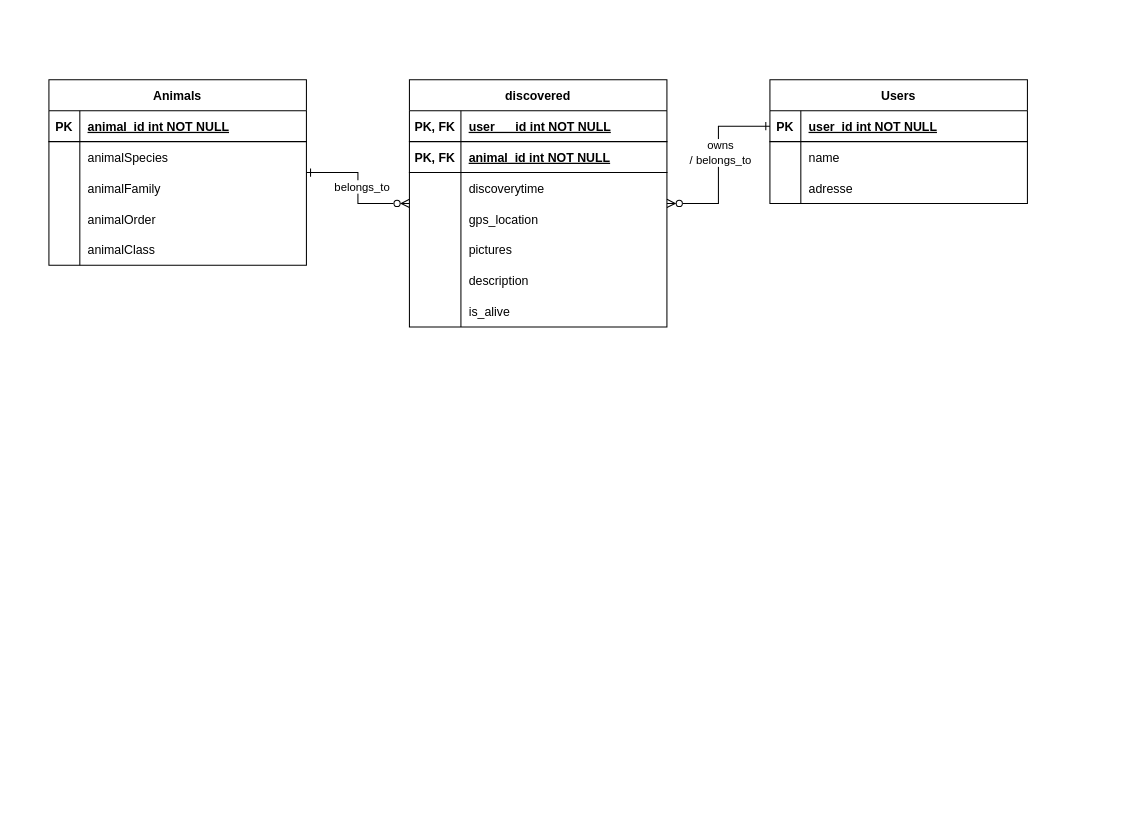
The draw.io diagram modeling/tierdexERM.drawio in JJJS777/moco2022SammoudSchurawlevSchiller, before the edit. Source tidied: cells renumbered, new cells numbered last; positions are measured from the earlier drawing's top-left corner, leaving out a move shared by most shapes. Both pictures are drawn from the tidied source at 103%, with x=0, y=0 at pixel (48, 79).
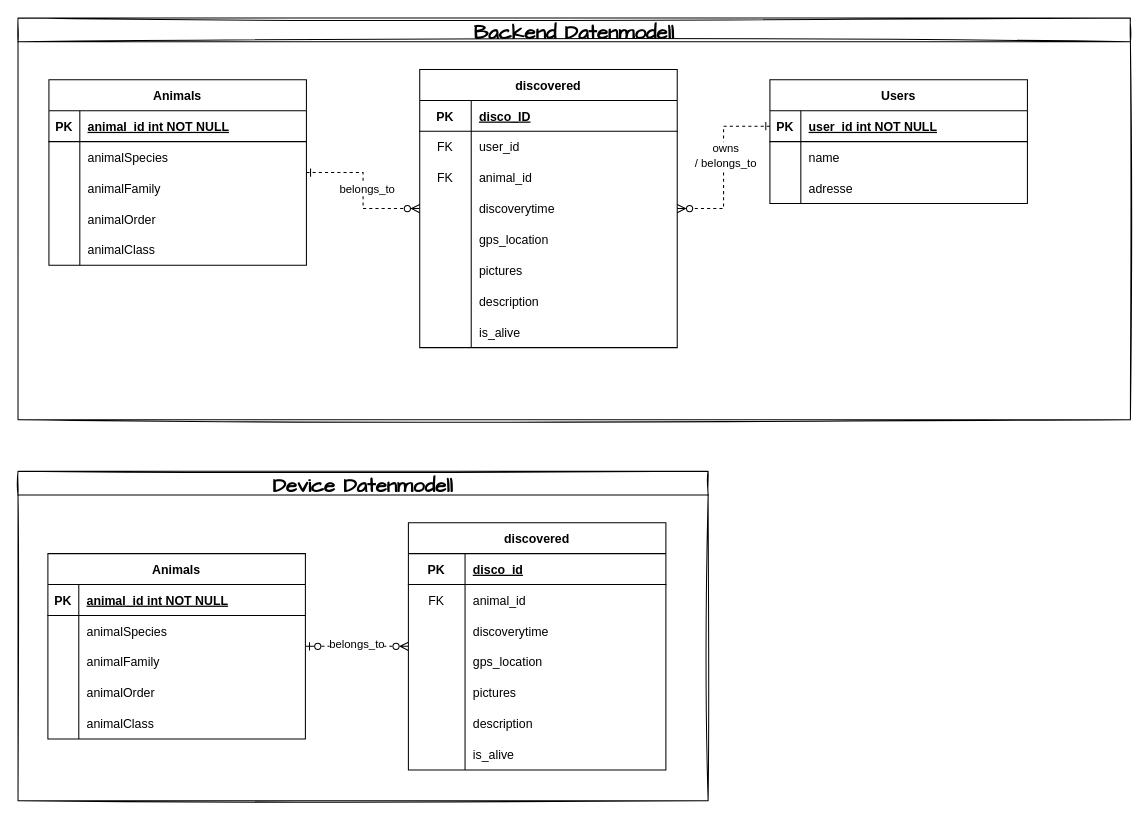
After the change.

Unchanged cells that the change refers to:
```xml
<mxCell id="25" style="shape=partialRectangle;fillColor=none;points=[[0,0.5],[1,0.5]];portConstraint=eastwest;top=0;left=0;right=0;bottom=1;" parent="24" vertex="1">
  <mxGeometry y="30" width="250" height="30" as="geometry" />
</mxCell>
<mxCell id="36" value="Animals" style="shape=table;startSize=30;childLayout=tableLayout;rowLines=0;fontStyle=1;align=center;" parent="1" vertex="1">
  <mxGeometry width="250" height="180" as="geometry" />
</mxCell>
```

Change to the diagram source:
```diff
@@
-    <mxCell id="2" value="discovered" style="shape=table;startSize=30;childLayout=tableLayout;rowLines=0;fontStyle=1;align=center;" parent="1" vertex="1">
-      <mxGeometry x="350" width="250" height="240" as="geometry" />
-    </mxCell>
-    <mxCell id="3" style="shape=partialRectangle;fillColor=none;top=0;left=0;right=0;bottom=1;" parent="2" vertex="1">
-      <mxGeometry y="30" width="250" height="30" as="geometry" />
-    </mxCell>
-    <mxCell id="4" value="PK, FK" style="shape=partialRectangle;overflow=hidden;fillColor=none;top=0;left=0;bottom=0;right=0;fontStyle=1;" parent="3" vertex="1">
-      <mxGeometry width="50" height="30" as="geometry" />
-    </mxCell>
-    <mxCell id="5" value="user    _id int NOT NULL " style="shape=partialRectangle;overflow=hidden;fillColor=none;top=0;left=0;bottom=0;right=0;align=left;spacingLeft=6;fontStyle=5;" parent="3" vertex="1">
-      <mxGeometry x="50" width="200" height="30" as="geometry" />
-    </mxCell>
-    <mxCell id="6" style="shape=partialRectangle;fillColor=none;top=0;left=0;right=0;bottom=1;" parent="2" vertex="1">
-      <mxGeometry y="60" width="250" height="30" as="geometry" />
-    </mxCell>
-    <mxCell id="7" value="PK, FK" style="shape=partialRectangle;overflow=hidden;fillColor=none;top=0;left=0;bottom=0;right=0;fontStyle=1;" parent="6" vertex="1">
-      <mxGeometry width="50" height="30" as="geometry" />
-    </mxCell>
-    <mxCell id="8" value="animal_id int NOT NULL " style="shape=partialRectangle;overflow=hidden;fillColor=none;top=0;left=0;bottom=0;right=0;align=left;spacingLeft=6;fontStyle=5;" parent="6" vertex="1">
-      <mxGeometry x="50" width="200" height="30" as="geometry" />
-    </mxCell>
-    <mxCell id="9" style="shape=partialRectangle;fillColor=none;top=0;left=0;right=0;bottom=0;" parent="2" vertex="1">
-      <mxGeometry y="90" width="250" height="30" as="geometry" />
-    </mxCell>
-    <mxCell id="10" style="shape=partialRectangle;overflow=hidden;fillColor=none;top=0;left=0;bottom=0;right=0;" parent="9" vertex="1">
-      <mxGeometry width="50" height="30" as="geometry" />
-    </mxCell>
-    <mxCell id="11" value="discoverytime" style="shape=partialRectangle;overflow=hidden;fillColor=none;top=0;left=0;bottom=0;right=0;align=left;spacingLeft=6;" parent="9" vertex="1">
-      <mxGeometry x="50" width="200" height="30" as="geometry" />
-    </mxCell>
-    <mxCell id="12" style="shape=partialRectangle;fillColor=none;top=0;left=0;right=0;bottom=0;" parent="2" vertex="1">
-      <mxGeometry y="120" width="250" height="30" as="geometry" />
-    </mxCell>
-    <mxCell id="13" style="shape=partialRectangle;overflow=hidden;fillColor=none;top=0;left=0;bottom=0;right=0;" parent="12" vertex="1">
-      <mxGeometry width="50" height="30" as="geometry" />
-    </mxCell>
-    <mxCell id="14" value="gps_location" style="shape=partialRectangle;overflow=hidden;fillColor=none;top=0;left=0;bottom=0;right=0;align=left;spacingLeft=6;" parent="12" vertex="1">
-      <mxGeometry x="50" width="200" height="30" as="geometry" />
-    </mxCell>
-    <mxCell id="15" style="shape=partialRectangle;fillColor=none;top=0;left=0;right=0;bottom=0;" parent="2" vertex="1">
-      <mxGeometry y="150" width="250" height="30" as="geometry" />
-    </mxCell>
-    <mxCell id="16" style="shape=partialRectangle;overflow=hidden;fillColor=none;top=0;left=0;bottom=0;right=0;" parent="15" vertex="1">
-      <mxGeometry width="50" height="30" as="geometry" />
-    </mxCell>
-    <mxCell id="17" value="pictures" style="shape=partialRectangle;overflow=hidden;fillColor=none;top=0;left=0;bottom=0;right=0;align=left;spacingLeft=6;" parent="15" vertex="1">
-      <mxGeometry x="50" width="200" height="30" as="geometry" />
-    </mxCell>
-    <mxCell id="18" style="shape=partialRectangle;fillColor=none;top=0;left=0;right=0;bottom=0;" parent="2" vertex="1">
-      <mxGeometry y="180" width="250" height="30" as="geometry" />
-    </mxCell>
-    <mxCell id="19" style="shape=partialRectangle;overflow=hidden;fillColor=none;top=0;left=0;bottom=0;right=0;" parent="18" vertex="1">
-      <mxGeometry width="50" height="30" as="geometry" />
-    </mxCell>
-    <mxCell id="20" value="description" style="shape=partialRectangle;overflow=hidden;fillColor=none;top=0;left=0;bottom=0;right=0;align=left;spacingLeft=6;" parent="18" vertex="1">
-      <mxGeometry x="50" width="200" height="30" as="geometry" />
-    </mxCell>
-    <mxCell id="21" style="shape=partialRectangle;fillColor=none;top=0;left=0;right=0;bottom=0;" parent="2" vertex="1">
-      <mxGeometry y="210" width="250" height="30" as="geometry" />
-    </mxCell>
-    <mxCell id="22" style="shape=partialRectangle;overflow=hidden;fillColor=none;top=0;left=0;bottom=0;right=0;" parent="21" vertex="1">
-      <mxGeometry width="50" height="30" as="geometry" />
-    </mxCell>
-    <mxCell id="23" value="is_alive" style="shape=partialRectangle;overflow=hidden;fillColor=none;top=0;left=0;bottom=0;right=0;align=left;spacingLeft=6;" parent="21" vertex="1">
-      <mxGeometry x="50" width="200" height="30" as="geometry" />
-    </mxCell>
@@
-    <mxCell id="34" style="edgeStyle=orthogonalEdgeStyle;rounded=0;jettySize=auto;html=1;startArrow=ERone;startFill=0;endArrow=ERzeroToMany;endFill=0;" parent="1" edge="1" source="36" target="2">
+    <mxCell id="34" style="edgeStyle=orthogonalEdgeStyle;rounded=0;jettySize=auto;html=1;startArrow=ERone;startFill=0;endArrow=ERzeroToMany;endFill=0;dashed=1;" parent="1" edge="1" source="36" target="2">
       <mxGeometry relative="1" as="geometry" />
     </mxCell>
@@
-    <mxCell id="52" style="edgeStyle=orthogonalEdgeStyle;rounded=0;jettySize=auto;html=1;startArrow=ERone;startFill=0;endArrow=ERzeroToMany;endFill=0;" parent="1" edge="1" source="25" target="2">
+    <mxCell id="52" style="edgeStyle=orthogonalEdgeStyle;rounded=0;jettySize=auto;html=1;startArrow=ERone;startFill=0;endArrow=ERzeroToMany;endFill=0;dashed=1;" parent="1" edge="1" source="25" target="2">
       <mxGeometry relative="1" as="geometry" />
     </mxCell>
@@
+    <mxCell id="54" value="discovered" style="shape=table;startSize=30;childLayout=tableLayout;rowLines=0;fontStyle=1;align=center;" parent="1" vertex="1">
+      <mxGeometry x="349" y="430" width="250" height="240" as="geometry" />
+    </mxCell>
+    <mxCell id="55" style="shape=partialRectangle;fillColor=none;top=0;left=0;right=0;bottom=1;" parent="54" vertex="1">
+      <mxGeometry y="30" width="250" height="30" as="geometry" />
+    </mxCell>
+    <mxCell id="56" value="PK" style="shape=partialRectangle;overflow=hidden;fillColor=none;top=0;left=0;bottom=0;right=0;fontStyle=1;" parent="55" vertex="1">
+      <mxGeometry width="55" height="30" as="geometry" />
+    </mxCell>
+    <mxCell id="57" value="disco_id" style="shape=partialRectangle;overflow=hidden;fillColor=none;top=0;left=0;bottom=0;right=0;align=left;spacingLeft=6;fontStyle=5;" parent="55" vertex="1">
+      <mxGeometry x="55" width="195" height="30" as="geometry" />
+    </mxCell>
+    <mxCell id="58" style="shape=partialRectangle;fillColor=none;top=0;left=0;right=0;bottom=0;" parent="54" vertex="1">
+      <mxGeometry y="60" width="250" height="30" as="geometry" />
+    </mxCell>
+    <mxCell id="59" value="FK" style="shape=partialRectangle;overflow=hidden;fillColor=none;top=0;left=0;bottom=0;right=0;" parent="58" vertex="1">
+      <mxGeometry width="55" height="30" as="geometry" />
+    </mxCell>
+    <mxCell id="60" value="animal_id" style="shape=partialRectangle;overflow=hidden;fillColor=none;top=0;left=0;bottom=0;right=0;align=left;spacingLeft=6;" parent="58" vertex="1">
+      <mxGeometry x="55" width="195" height="30" as="geometry" />
+    </mxCell>
+    <mxCell id="61" style="shape=partialRectangle;fillColor=none;top=0;left=0;right=0;bottom=0;" parent="54" vertex="1">
+      <mxGeometry y="90" width="250" height="30" as="geometry" />
+    </mxCell>
+    <mxCell id="62" style="shape=partialRectangle;overflow=hidden;fillColor=none;top=0;left=0;bottom=0;right=0;" parent="61" vertex="1">
+      <mxGeometry width="55" height="30" as="geometry" />
+    </mxCell>
+    <mxCell id="63" value="discoverytime" style="shape=partialRectangle;overflow=hidden;fillColor=none;top=0;left=0;bottom=0;right=0;align=left;spacingLeft=6;" parent="61" vertex="1">
+      <mxGeometry x="55" width="195" height="30" as="geometry" />
+    </mxCell>
+    <mxCell id="64" style="shape=partialRectangle;fillColor=none;top=0;left=0;right=0;bottom=0;" parent="54" vertex="1">
+      <mxGeometry y="120" width="250" height="30" as="geometry" />
+    </mxCell>
+    <mxCell id="65" style="shape=partialRectangle;overflow=hidden;fillColor=none;top=0;left=0;bottom=0;right=0;" parent="64" vertex="1">
+      <mxGeometry width="55" height="30" as="geometry" />
+    </mxCell>
+    <mxCell id="66" value="gps_location" style="shape=partialRectangle;overflow=hidden;fillColor=none;top=0;left=0;bottom=0;right=0;align=left;spacingLeft=6;" parent="64" vertex="1">
+      <mxGeometry x="55" width="195" height="30" as="geometry" />
+    </mxCell>
+    <mxCell id="67" style="shape=partialRectangle;fillColor=none;top=0;left=0;right=0;bottom=0;" parent="54" vertex="1">
+      <mxGeometry y="150" width="250" height="30" as="geometry" />
+    </mxCell>
+    <mxCell id="68" style="shape=partialRectangle;overflow=hidden;fillColor=none;top=0;left=0;bottom=0;right=0;" parent="67" vertex="1">
+      <mxGeometry width="55" height="30" as="geometry" />
+    </mxCell>
+    <mxCell id="69" value="pictures" style="shape=partialRectangle;overflow=hidden;fillColor=none;top=0;left=0;bottom=0;right=0;align=left;spacingLeft=6;" parent="67" vertex="1">
+      <mxGeometry x="55" width="195" height="30" as="geometry" />
+    </mxCell>
+    <mxCell id="70" style="shape=partialRectangle;fillColor=none;top=0;left=0;right=0;bottom=0;" parent="54" vertex="1">
+      <mxGeometry y="180" width="250" height="30" as="geometry" />
+    </mxCell>
+    <mxCell id="71" style="shape=partialRectangle;overflow=hidden;fillColor=none;top=0;left=0;bottom=0;right=0;" parent="70" vertex="1">
+      <mxGeometry width="55" height="30" as="geometry" />
+    </mxCell>
+    <mxCell id="72" value="description" style="shape=partialRectangle;overflow=hidden;fillColor=none;top=0;left=0;bottom=0;right=0;align=left;spacingLeft=6;" parent="70" vertex="1">
+      <mxGeometry x="55" width="195" height="30" as="geometry" />
+    </mxCell>
+    <mxCell id="73" style="shape=partialRectangle;fillColor=none;top=0;left=0;right=0;bottom=0;" parent="54" vertex="1">
+      <mxGeometry y="210" width="250" height="30" as="geometry" />
+    </mxCell>
+    <mxCell id="74" style="shape=partialRectangle;overflow=hidden;fillColor=none;top=0;left=0;bottom=0;right=0;" parent="73" vertex="1">
+      <mxGeometry width="55" height="30" as="geometry" />
+    </mxCell>
+    <mxCell id="75" value="is_alive" style="shape=partialRectangle;overflow=hidden;fillColor=none;top=0;left=0;bottom=0;right=0;align=left;spacingLeft=6;" parent="73" vertex="1">
+      <mxGeometry x="55" width="195" height="30" as="geometry" />
+    </mxCell>
+    <mxCell id="76" style="edgeStyle=orthogonalEdgeStyle;rounded=0;jettySize=auto;html=1;startArrow=ERzeroToOne;startFill=0;endArrow=ERzeroToMany;endFill=0;dashed=1;" parent="1" edge="1" source="86" target="54">
+      <mxGeometry relative="1" as="geometry" />
+    </mxCell>
+    <mxCell id="77" value="&lt;div&gt;belongs_to&lt;br&gt;&lt;/div&gt;" style="edgeLabel;html=1;align=center;verticalAlign=middle;" parent="76" vertex="1">
+      <mxGeometry x="-0.03" y="3" relative="1" as="geometry" />
+    </mxCell>
+    <mxCell id="78" value="Backend Datenmodell" style="swimlane;sketch=1;hachureGap=4;fontFamily=Architects Daughter;fontSize=20;" parent="1" vertex="1">
+      <mxGeometry x="-30" y="-60" width="1080" height="390" as="geometry" />
+    </mxCell>
+    <mxCell id="2" value="discovered" style="shape=table;startSize=30;childLayout=tableLayout;rowLines=0;fontStyle=1;align=center;" parent="78" vertex="1">
+      <mxGeometry x="390" y="50" width="250" height="270" as="geometry" />
+    </mxCell>
+    <mxCell id="3" style="shape=partialRectangle;fillColor=none;top=0;left=0;right=0;bottom=1;" parent="2" vertex="1">
+      <mxGeometry y="30" width="250" height="30" as="geometry" />
+    </mxCell>
+    <mxCell id="4" value="PK" style="shape=partialRectangle;overflow=hidden;fillColor=none;top=0;left=0;bottom=0;right=0;fontStyle=1;" parent="3" vertex="1">
+      <mxGeometry width="50" height="30" as="geometry" />
+    </mxCell>
+    <mxCell id="5" value="disco_ID" style="shape=partialRectangle;overflow=hidden;fillColor=none;top=0;left=0;bottom=0;right=0;align=left;spacingLeft=6;fontStyle=5;" parent="3" vertex="1">
+      <mxGeometry x="50" width="200" height="30" as="geometry" />
+    </mxCell>
+    <mxCell id="79" style="shape=partialRectangle;fillColor=none;top=0;left=0;right=0;bottom=0;" parent="2" vertex="1">
+      <mxGeometry y="60" width="250" height="30" as="geometry" />
+    </mxCell>
+    <mxCell id="80" value="FK" style="shape=partialRectangle;overflow=hidden;fillColor=none;top=0;left=0;bottom=0;right=0;" parent="79" vertex="1">
+      <mxGeometry width="50" height="30" as="geometry" />
+    </mxCell>
+    <mxCell id="81" value="user_id" style="shape=partialRectangle;overflow=hidden;fillColor=none;top=0;left=0;bottom=0;right=0;align=left;spacingLeft=6;" parent="79" vertex="1">
+      <mxGeometry x="50" width="200" height="30" as="geometry" />
+    </mxCell>
+    <mxCell id="82" style="shape=partialRectangle;fillColor=none;top=0;left=0;right=0;bottom=0;" parent="2" vertex="1">
+      <mxGeometry y="90" width="250" height="30" as="geometry" />
+    </mxCell>
+    <mxCell id="83" value="FK" style="shape=partialRectangle;overflow=hidden;fillColor=none;top=0;left=0;bottom=0;right=0;" parent="82" vertex="1">
+      <mxGeometry width="50" height="30" as="geometry" />
+    </mxCell>
+    <mxCell id="84" value="animal_id" style="shape=partialRectangle;overflow=hidden;fillColor=none;top=0;left=0;bottom=0;right=0;align=left;spacingLeft=6;" parent="82" vertex="1">
+      <mxGeometry x="50" width="200" height="30" as="geometry" />
+    </mxCell>
+    <mxCell id="9" style="shape=partialRectangle;fillColor=none;top=0;left=0;right=0;bottom=0;" parent="2" vertex="1">
+      <mxGeometry y="120" width="250" height="30" as="geometry" />
+    </mxCell>
+    <mxCell id="10" style="shape=partialRectangle;overflow=hidden;fillColor=none;top=0;left=0;bottom=0;right=0;" parent="9" vertex="1">
+      <mxGeometry width="50" height="30" as="geometry" />
+    </mxCell>
+    <mxCell id="11" value="discoverytime" style="shape=partialRectangle;overflow=hidden;fillColor=none;top=0;left=0;bottom=0;right=0;align=left;spacingLeft=6;" parent="9" vertex="1">
+      <mxGeometry x="50" width="200" height="30" as="geometry" />
+    </mxCell>
+    <mxCell id="12" style="shape=partialRectangle;fillColor=none;top=0;left=0;right=0;bottom=0;" parent="2" vertex="1">
+      <mxGeometry y="150" width="250" height="30" as="geometry" />
+    </mxCell>
+    <mxCell id="13" style="shape=partialRectangle;overflow=hidden;fillColor=none;top=0;left=0;bottom=0;right=0;" parent="12" vertex="1">
+      <mxGeometry width="50" height="30" as="geometry" />
+    </mxCell>
+    <mxCell id="14" value="gps_location" style="shape=partialRectangle;overflow=hidden;fillColor=none;top=0;left=0;bottom=0;right=0;align=left;spacingLeft=6;" parent="12" vertex="1">
+      <mxGeometry x="50" width="200" height="30" as="geometry" />
+    </mxCell>
+    <mxCell id="15" style="shape=partialRectangle;fillColor=none;top=0;left=0;right=0;bottom=0;" parent="2" vertex="1">
+      <mxGeometry y="180" width="250" height="30" as="geometry" />
+    </mxCell>
+    <mxCell id="16" style="shape=partialRectangle;overflow=hidden;fillColor=none;top=0;left=0;bottom=0;right=0;" parent="15" vertex="1">
+      <mxGeometry width="50" height="30" as="geometry" />
+    </mxCell>
+    <mxCell id="17" value="pictures" style="shape=partialRectangle;overflow=hidden;fillColor=none;top=0;left=0;bottom=0;right=0;align=left;spacingLeft=6;" parent="15" vertex="1">
+      <mxGeometry x="50" width="200" height="30" as="geometry" />
+    </mxCell>
+    <mxCell id="18" style="shape=partialRectangle;fillColor=none;top=0;left=0;right=0;bottom=0;" parent="2" vertex="1">
+      <mxGeometry y="210" width="250" height="30" as="geometry" />
+    </mxCell>
+    <mxCell id="19" style="shape=partialRectangle;overflow=hidden;fillColor=none;top=0;left=0;bottom=0;right=0;" parent="18" vertex="1">
+      <mxGeometry width="50" height="30" as="geometry" />
+    </mxCell>
+    <mxCell id="20" value="description" style="shape=partialRectangle;overflow=hidden;fillColor=none;top=0;left=0;bottom=0;right=0;align=left;spacingLeft=6;" parent="18" vertex="1">
+      <mxGeometry x="50" width="200" height="30" as="geometry" />
+    </mxCell>
+    <mxCell id="21" style="shape=partialRectangle;fillColor=none;top=0;left=0;right=0;bottom=0;" parent="2" vertex="1">
+      <mxGeometry y="240" width="250" height="30" as="geometry" />
+    </mxCell>
+    <mxCell id="22" style="shape=partialRectangle;overflow=hidden;fillColor=none;top=0;left=0;bottom=0;right=0;" parent="21" vertex="1">
+      <mxGeometry width="50" height="30" as="geometry" />
+    </mxCell>
+    <mxCell id="23" value="is_alive" style="shape=partialRectangle;overflow=hidden;fillColor=none;top=0;left=0;bottom=0;right=0;align=left;spacingLeft=6;" parent="21" vertex="1">
+      <mxGeometry x="50" width="200" height="30" as="geometry" />
+    </mxCell>
+    <mxCell id="85" value="Device Datenmodell" style="swimlane;sketch=1;hachureGap=4;fontFamily=Architects Daughter;fontSize=20;" parent="1" vertex="1">
+      <mxGeometry x="-30" y="380" width="670" height="320" as="geometry" />
+    </mxCell>
+    <mxCell id="86" value="Animals" style="shape=table;startSize=30;childLayout=tableLayout;rowLines=0;fontStyle=1;align=center;" parent="85" vertex="1">
+      <mxGeometry x="29" y="80" width="250" height="180" as="geometry" />
+    </mxCell>
+    <mxCell id="87" style="shape=partialRectangle;fillColor=none;top=0;left=0;right=0;bottom=1;" parent="86" vertex="1">
+      <mxGeometry y="30" width="250" height="30" as="geometry" />
+    </mxCell>
+    <mxCell id="88" value="PK" style="shape=partialRectangle;overflow=hidden;fillColor=none;top=0;left=0;bottom=0;right=0;fontStyle=1;" parent="87" vertex="1">
+      <mxGeometry width="30" height="30" as="geometry" />
+    </mxCell>
+    <mxCell id="8" value="animal_id int NOT NULL " style="shape=partialRectangle;overflow=hidden;fillColor=none;top=0;left=0;bottom=0;right=0;align=left;spacingLeft=6;fontStyle=5;" parent="87" vertex="1">
+      <mxGeometry x="30" width="220" height="30" as="geometry" />
+    </mxCell>
+    <mxCell id="89" style="shape=partialRectangle;fillColor=none;top=0;left=0;right=0;bottom=0;" parent="86" vertex="1">
+      <mxGeometry y="60" width="250" height="30" as="geometry" />
+    </mxCell>
+    <mxCell id="90" style="shape=partialRectangle;overflow=hidden;fillColor=none;top=0;left=0;bottom=0;right=0;" parent="89" vertex="1">
+      <mxGeometry width="30" height="30" as="geometry" />
+    </mxCell>
+    <mxCell id="91" value="animalSpecies" style="shape=partialRectangle;overflow=hidden;fillColor=none;top=0;left=0;bottom=0;right=0;align=left;spacingLeft=6;" parent="89" vertex="1">
+      <mxGeometry x="30" width="220" height="30" as="geometry" />
+    </mxCell>
+    <mxCell id="92" style="shape=partialRectangle;fillColor=none;top=0;left=0;right=0;bottom=0;" parent="86" vertex="1">
+      <mxGeometry y="90" width="250" height="30" as="geometry" />
+    </mxCell>
+    <mxCell id="93" style="shape=partialRectangle;overflow=hidden;fillColor=none;top=0;left=0;bottom=0;right=0;" parent="92" vertex="1">
+      <mxGeometry width="30" height="30" as="geometry" />
+    </mxCell>
+    <mxCell id="94" value="animalFamily" style="shape=partialRectangle;overflow=hidden;fillColor=none;top=0;left=0;bottom=0;right=0;align=left;spacingLeft=6;" parent="92" vertex="1">
+      <mxGeometry x="30" width="220" height="30" as="geometry" />
+    </mxCell>
+    <mxCell id="95" style="shape=partialRectangle;fillColor=none;top=0;left=0;right=0;bottom=0;" parent="86" vertex="1">
+      <mxGeometry y="120" width="250" height="30" as="geometry" />
+    </mxCell>
+    <mxCell id="96" style="shape=partialRectangle;overflow=hidden;fillColor=none;top=0;left=0;bottom=0;right=0;" parent="95" vertex="1">
+      <mxGeometry width="30" height="30" as="geometry" />
+    </mxCell>
+    <mxCell id="97" value="animalOrder" style="shape=partialRectangle;overflow=hidden;fillColor=none;top=0;left=0;bottom=0;right=0;align=left;spacingLeft=6;" parent="95" vertex="1">
+      <mxGeometry x="30" width="220" height="30" as="geometry" />
+    </mxCell>
+    <mxCell id="98" style="shape=partialRectangle;fillColor=none;top=0;left=0;right=0;bottom=0;" parent="86" vertex="1">
+      <mxGeometry y="150" width="250" height="30" as="geometry" />
+    </mxCell>
+    <mxCell id="99" style="shape=partialRectangle;overflow=hidden;fillColor=none;top=0;left=0;bottom=0;right=0;" parent="98" vertex="1">
+      <mxGeometry width="30" height="30" as="geometry" />
+    </mxCell>
+    <mxCell id="100" value="animalClass" style="shape=partialRectangle;overflow=hidden;fillColor=none;top=0;left=0;bottom=0;right=0;align=left;spacingLeft=6;" parent="98" vertex="1">
+      <mxGeometry x="30" width="220" height="30" as="geometry" />
+    </mxCell>
```
